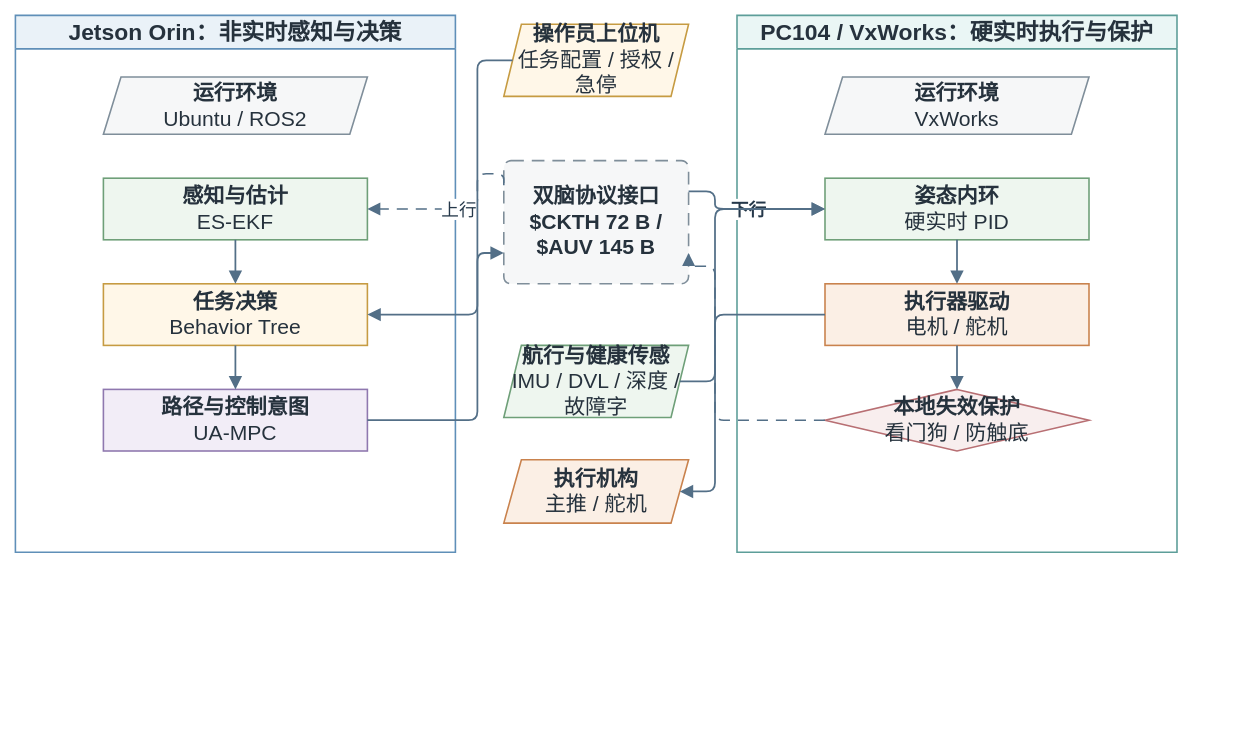
This is thesis/figures/architecture/auv_v2_dual_brain_async_hardware.drawio from 360ZMEM/AUV-Master-Mag, a draw.io file, before an edit. Source tidied: cells renumbered, new cells numbered last; positions are measured from the earlier drawing's top-left corner, leaving out a move shared by most shapes. Both pictures are drawn from the tidied source at 88%, with x=0, y=0 at pixel (15, 15).
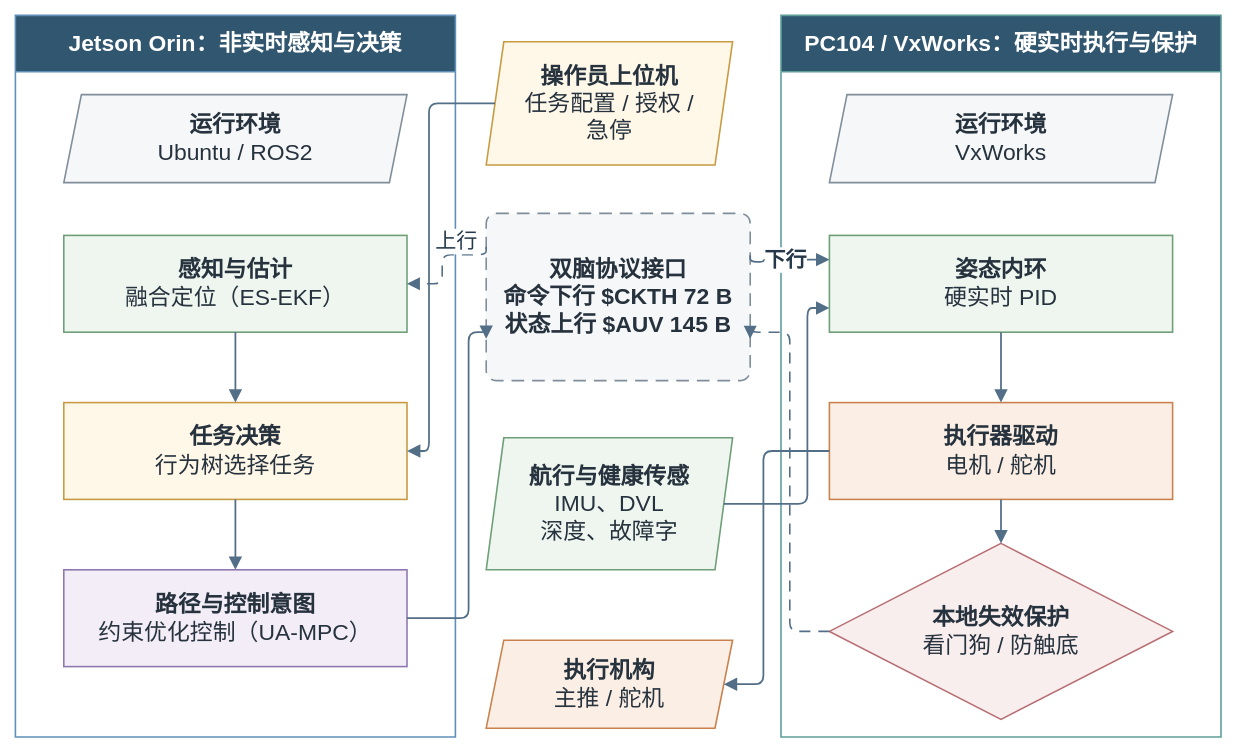
The same page after the edit.

What changed in the source:
```diff
@@
-    <mxCell id="2" value="Jetson Orin：非实时感知与决策" style="swimlane;whiteSpace=wrap;html=1;startSize=38;rounded=0;fillColor=#EAF2F8;strokeColor=#5F8FB8;strokeWidth=1.8;fontFamily=Songti SC;fontSize=26;fontStyle=1;fontColor=#26323D;" parent="1" vertex="1">
-      <mxGeometry width="500" height="610" as="geometry" />
+    <mxCell id="2" value="Jetson Orin：非实时感知与决策" style="swimlane;whiteSpace=wrap;html=1;startSize=64;rounded=0;fillColor=#31566F;swimlaneFillColor=#FFFFFF;strokeColor=#5F8FB8;strokeWidth=1.8;fontFamily=Songti SC;fontSize=26;fontStyle=1;fontColor=#FFFFFF;" parent="1" vertex="1">
+      <mxGeometry width="500" height="820" as="geometry" />
     </mxCell>
-    <mxCell id="3" value="PC104 / VxWorks：硬实时执行与保护" style="swimlane;whiteSpace=wrap;html=1;startSize=38;rounded=0;fillColor=#EAF6F5;strokeColor=#5D9E99;strokeWidth=1.8;fontFamily=Songti SC;fontSize=26;fontStyle=1;fontColor=#26323D;" parent="1" vertex="1">
-      <mxGeometry x="820" width="500" height="610" as="geometry" />
+    <mxCell id="3" value="PC104 / VxWorks：硬实时执行与保护" style="swimlane;whiteSpace=wrap;html=1;startSize=64;rounded=0;fillColor=#31566F;swimlaneFillColor=#FFFFFF;strokeColor=#5D9E99;strokeWidth=1.8;fontFamily=Songti SC;fontSize=26;fontStyle=1;fontColor=#FFFFFF;" parent="1" vertex="1">
+      <mxGeometry x="870" width="500" height="820" as="geometry" />
     </mxCell>
-    <mxCell id="4" value="&lt;b&gt;操作员上位机&lt;/b&gt;&lt;br&gt;任务配置 / 授权 / 急停" style="shape=parallelogram;perimeter=parallelogramPerimeter;fixedSize=1;whiteSpace=wrap;html=1;align=center;verticalAlign=middle;fillColor=#FFF7E8;strokeColor=#C69B42;strokeWidth=1.8;spacing=8;fontFamily=Songti SC;fontSize=24;fontColor=#26323D;" parent="1" vertex="1">
-      <mxGeometry x="555" y="10" width="210" height="82" as="geometry" />
+    <mxCell id="4" value="&lt;b&gt;操作员上位机&lt;/b&gt;&lt;br&gt;任务配置 / 授权 / 急停" style="shape=parallelogram;perimeter=parallelogramPerimeter;fixedSize=1;whiteSpace=wrap;html=1;align=center;verticalAlign=middle;fillColor=#FFF7E8;strokeColor=#C69B42;strokeWidth=1.8;spacing=8;fontFamily=Songti SC;fontSize=24;fontColor=#26323D;fontSize=26;spacingLeft=28;spacingRight=28;" parent="1" vertex="1">
+      <mxGeometry x="535" y="30" width="280" height="140" as="geometry" />
     </mxCell>
-    <mxCell id="5" value="&lt;b&gt;双脑协议接口&lt;/b&gt;&lt;br&gt;$CKTH 72 B / $AUV 145 B" style="rounded=1;arcSize=6;whiteSpace=wrap;html=1;align=center;verticalAlign=middle;fillColor=#F6F7F8;strokeColor=#7F8E9A;strokeWidth=1.8;spacing=8;fontFamily=Songti SC;fontSize=24;fontColor=#26323D;dashed=1;dashPattern=8 5;fontStyle=1;" parent="1" vertex="1">
-      <mxGeometry x="555" y="165" width="210" height="140" as="geometry" />
+    <mxCell id="5" value="&lt;b&gt;双脑协议接口&lt;/b&gt;&lt;br&gt;命令下行 $CKTH 72 B&lt;br&gt;状态上行 $AUV 145 B" style="rounded=1;arcSize=6;whiteSpace=wrap;html=1;align=center;verticalAlign=middle;fillColor=#F6F7F8;strokeColor=#7F8E9A;strokeWidth=1.8;spacing=8;fontFamily=Songti SC;fontSize=24;fontColor=#26323D;fontSize=26;dashed=1;dashPattern=8 5;fontStyle=1;" parent="1" vertex="1">
+      <mxGeometry x="535" y="225" width="300" height="190" as="geometry" />
     </mxCell>
-    <mxCell id="6" value="&lt;b&gt;航行与健康传感&lt;/b&gt;&lt;br&gt;IMU / DVL / 深度 / 故障字" style="shape=parallelogram;perimeter=parallelogramPerimeter;fixedSize=1;whiteSpace=wrap;html=1;align=center;verticalAlign=middle;fillColor=#EEF6EF;strokeColor=#6E9F78;strokeWidth=1.8;spacing=8;fontFamily=Songti SC;fontSize=24;fontColor=#26323D;" parent="1" vertex="1">
-      <mxGeometry x="555" y="375" width="210" height="82" as="geometry" />
+    <mxCell id="6" value="&lt;b&gt;航行与健康传感&lt;/b&gt;&lt;br&gt;IMU、DVL&lt;br&gt;深度、故障字" style="shape=parallelogram;perimeter=parallelogramPerimeter;fixedSize=1;whiteSpace=wrap;html=1;align=center;verticalAlign=middle;fillColor=#EEF6EF;strokeColor=#6E9F78;strokeWidth=1.8;spacing=8;fontFamily=Songti SC;fontSize=24;fontColor=#26323D;fontSize=26;spacingLeft=28;spacingRight=28;" parent="1" vertex="1">
+      <mxGeometry x="535" y="480" width="280" height="150" as="geometry" />
     </mxCell>
-    <mxCell id="7" value="&lt;b&gt;执行机构&lt;/b&gt;&lt;br&gt;主推 / 舵机" style="shape=parallelogram;perimeter=parallelogramPerimeter;fixedSize=1;whiteSpace=wrap;html=1;align=center;verticalAlign=middle;fillColor=#FBEFE5;strokeColor=#C9824D;strokeWidth=1.8;spacing=8;fontFamily=Songti SC;fontSize=24;fontColor=#26323D;" parent="1" vertex="1">
-      <mxGeometry x="555" y="505" width="210" height="72" as="geometry" />
+    <mxCell id="7" value="&lt;b&gt;执行机构&lt;/b&gt;&lt;br&gt;主推 / 舵机" style="shape=parallelogram;perimeter=parallelogramPerimeter;fixedSize=1;whiteSpace=wrap;html=1;align=center;verticalAlign=middle;fillColor=#FBEFE5;strokeColor=#C9824D;strokeWidth=1.8;spacing=8;fontFamily=Songti SC;fontSize=24;fontColor=#26323D;fontSize=26;" parent="1" vertex="1">
+      <mxGeometry x="535" y="710" width="280" height="100" as="geometry" />
     </mxCell>
-    <mxCell id="8" value="&lt;b&gt;运行环境&lt;/b&gt;&lt;br&gt;Ubuntu / ROS2" style="shape=parallelogram;perimeter=parallelogramPerimeter;fixedSize=1;whiteSpace=wrap;html=1;align=center;verticalAlign=middle;fillColor=#F6F7F8;strokeColor=#7F8E9A;strokeWidth=1.8;spacing=8;fontFamily=Songti SC;fontSize=24;fontColor=#26323D;" parent="2" vertex="1">
-      <mxGeometry x="100" y="70" width="300" height="65" as="geometry" />
+    <mxCell id="8" value="&lt;b&gt;运行环境&lt;/b&gt;&lt;br&gt;Ubuntu / ROS2" style="shape=parallelogram;perimeter=parallelogramPerimeter;fixedSize=1;whiteSpace=wrap;html=1;align=center;verticalAlign=middle;fillColor=#F6F7F8;strokeColor=#7F8E9A;strokeWidth=1.8;spacing=8;fontFamily=Songti SC;fontSize=24;fontColor=#26323D;fontSize=26;" parent="2" vertex="1">
+      <mxGeometry x="55" y="90" width="390" height="100" as="geometry" />
     </mxCell>
-    <mxCell id="9" value="&lt;b&gt;感知与估计&lt;/b&gt;&lt;br&gt;ES-EKF" style="rounded=0;whiteSpace=wrap;html=1;align=center;verticalAlign=middle;fillColor=#EEF6EF;strokeColor=#6E9F78;strokeWidth=1.8;spacing=8;fontFamily=Songti SC;fontSize=24;fontColor=#26323D;" parent="2" vertex="1">
-      <mxGeometry x="100" y="185" width="300" height="70" as="geometry" />
+    <mxCell id="9" value="&lt;b&gt;感知与估计&lt;/b&gt;&lt;br&gt;融合定位（ES-EKF）" style="rounded=0;whiteSpace=wrap;html=1;align=center;verticalAlign=middle;fillColor=#EEF6EF;strokeColor=#6E9F78;strokeWidth=1.8;spacing=8;fontFamily=Songti SC;fontSize=24;fontColor=#26323D;fontSize=26;" parent="2" vertex="1">
+      <mxGeometry x="55" y="250" width="390" height="110" as="geometry" />
     </mxCell>
-    <mxCell id="10" value="&lt;b&gt;任务决策&lt;/b&gt;&lt;br&gt;Behavior Tree" style="rounded=0;whiteSpace=wrap;html=1;align=center;verticalAlign=middle;fillColor=#FFF7E8;strokeColor=#C69B42;strokeWidth=1.8;spacing=8;fontFamily=Songti SC;fontSize=24;fontColor=#26323D;" parent="2" vertex="1">
-      <mxGeometry x="100" y="305" width="300" height="70" as="geometry" />
+    <mxCell id="10" value="&lt;b&gt;任务决策&lt;/b&gt;&lt;br&gt;行为树选择任务" style="rounded=0;whiteSpace=wrap;html=1;align=center;verticalAlign=middle;fillColor=#FFF7E8;strokeColor=#C69B42;strokeWidth=1.8;spacing=8;fontFamily=Songti SC;fontSize=24;fontColor=#26323D;fontSize=26;" parent="2" vertex="1">
+      <mxGeometry x="55" y="440" width="390" height="110" as="geometry" />
     </mxCell>
-    <mxCell id="11" value="&lt;b&gt;路径与控制意图&lt;/b&gt;&lt;br&gt;UA-MPC" style="rounded=0;whiteSpace=wrap;html=1;align=center;verticalAlign=middle;fillColor=#F2EDF7;strokeColor=#8F78AF;strokeWidth=1.8;spacing=8;fontFamily=Songti SC;fontSize=24;fontColor=#26323D;" parent="2" vertex="1">
-      <mxGeometry x="100" y="425" width="300" height="70" as="geometry" />
+    <mxCell id="11" value="&lt;b&gt;路径与控制意图&lt;/b&gt;&lt;br&gt;约束优化控制（UA-MPC）" style="rounded=0;whiteSpace=wrap;html=1;align=center;verticalAlign=middle;fillColor=#F2EDF7;strokeColor=#8F78AF;strokeWidth=1.8;spacing=8;fontFamily=Songti SC;fontSize=24;fontColor=#26323D;fontSize=26;" parent="2" vertex="1">
+      <mxGeometry x="55" y="630" width="390" height="110" as="geometry" />
     </mxCell>
-    <mxCell id="12" value="&lt;b&gt;运行环境&lt;/b&gt;&lt;br&gt;VxWorks" style="shape=parallelogram;perimeter=parallelogramPerimeter;fixedSize=1;whiteSpace=wrap;html=1;align=center;verticalAlign=middle;fillColor=#F6F7F8;strokeColor=#7F8E9A;strokeWidth=1.8;spacing=8;fontFamily=Songti SC;fontSize=24;fontColor=#26323D;" parent="3" vertex="1">
-      <mxGeometry x="100" y="70" width="300" height="65" as="geometry" />
+    <mxCell id="12" value="&lt;b&gt;运行环境&lt;/b&gt;&lt;br&gt;VxWorks" style="shape=parallelogram;perimeter=parallelogramPerimeter;fixedSize=1;whiteSpace=wrap;html=1;align=center;verticalAlign=middle;fillColor=#F6F7F8;strokeColor=#7F8E9A;strokeWidth=1.8;spacing=8;fontFamily=Songti SC;fontSize=24;fontColor=#26323D;fontSize=26;" parent="3" vertex="1">
+      <mxGeometry x="55" y="90" width="390" height="100" as="geometry" />
     </mxCell>
-    <mxCell id="13" value="&lt;b&gt;姿态内环&lt;/b&gt;&lt;br&gt;硬实时 PID" style="rounded=0;whiteSpace=wrap;html=1;align=center;verticalAlign=middle;fillColor=#EEF6EF;strokeColor=#6E9F78;strokeWidth=1.8;spacing=8;fontFamily=Songti SC;fontSize=24;fontColor=#26323D;" parent="3" vertex="1">
-      <mxGeometry x="100" y="185" width="300" height="70" as="geometry" />
+    <mxCell id="13" value="&lt;b&gt;姿态内环&lt;/b&gt;&lt;br&gt;硬实时 PID" style="rounded=0;whiteSpace=wrap;html=1;align=center;verticalAlign=middle;fillColor=#EEF6EF;strokeColor=#6E9F78;strokeWidth=1.8;spacing=8;fontFamily=Songti SC;fontSize=24;fontColor=#26323D;fontSize=26;" parent="3" vertex="1">
+      <mxGeometry x="55" y="250" width="390" height="110" as="geometry" />
     </mxCell>
-    <mxCell id="14" value="&lt;b&gt;执行器驱动&lt;/b&gt;&lt;br&gt;电机 / 舵机" style="rounded=0;whiteSpace=wrap;html=1;align=center;verticalAlign=middle;fillColor=#FBEFE5;strokeColor=#C9824D;strokeWidth=1.8;spacing=8;fontFamily=Songti SC;fontSize=24;fontColor=#26323D;" parent="3" vertex="1">
-      <mxGeometry x="100" y="305" width="300" height="70" as="geometry" />
+    <mxCell id="14" value="&lt;b&gt;执行器驱动&lt;/b&gt;&lt;br&gt;电机 / 舵机" style="rounded=0;whiteSpace=wrap;html=1;align=center;verticalAlign=middle;fillColor=#FBEFE5;strokeColor=#C9824D;strokeWidth=1.8;spacing=8;fontFamily=Songti SC;fontSize=24;fontColor=#26323D;fontSize=26;" parent="3" vertex="1">
+      <mxGeometry x="55" y="440" width="390" height="110" as="geometry" />
     </mxCell>
-    <mxCell id="15" value="&lt;b&gt;本地失效保护&lt;/b&gt;&lt;br&gt;看门狗 / 防触底" style="rhombus;whiteSpace=wrap;html=1;align=center;verticalAlign=middle;fillColor=#F8EEEE;strokeColor=#B86F73;strokeWidth=1.8;spacing=8;fontFamily=Songti SC;fontSize=24;fontColor=#26323D;" parent="3" vertex="1">
-      <mxGeometry x="100" y="425" width="300" height="70" as="geometry" />
+    <mxCell id="15" value="&lt;b&gt;本地失效保护&lt;/b&gt;&lt;br&gt;看门狗 / 防触底" style="rhombus;whiteSpace=wrap;html=1;align=center;verticalAlign=middle;fillColor=#F8EEEE;strokeColor=#B86F73;strokeWidth=1.8;spacing=8;fontFamily=Songti SC;fontSize=24;fontColor=#26323D;fontSize=26;" parent="3" vertex="1">
+      <mxGeometry x="55" y="600" width="390" height="200" as="geometry" />
     </mxCell>
@@
-    <mxCell id="20" style="edgeStyle=orthogonalEdgeStyle;rounded=1;jettySize=auto;html=1;strokeColor=#536F87;strokeWidth=2.0;fontFamily=Songti SC;fontSize=20;fontStyle=1;fontColor=#25384A;labelBackgroundColor=#FFFFFF;labelBorderColor=none;endArrow=block;endFill=1;endSize=10;exitX=1;entryX=0;entryY=0.75;" parent="1" edge="1" source="11" target="5">
+    <mxCell id="20" style="edgeStyle=orthogonalEdgeStyle;rounded=1;jettySize=auto;html=1;strokeColor=#536F87;strokeWidth=2.0;fontFamily=Songti SC;fontSize=20;fontStyle=1;fontColor=#25384A;labelBackgroundColor=#FFFFFF;labelBorderColor=none;endArrow=block;endFill=1;endSize=10;exitX=1;exitY=0.5;entryX=0;entryY=0.75;" parent="1" edge="1" source="11" target="5">
       <mxGeometry relative="1" as="geometry">
         <Array as="points">
-          <mxPoint x="525" y="460" />
-          <mxPoint x="525" y="270" />
+          <mxPoint x="515" y="685" />
+          <mxPoint x="515" y="360" />
         </Array>
       </mxGeometry>
     </mxCell>
-    <mxCell id="21" value="下行" style="edgeStyle=orthogonalEdgeStyle;rounded=1;jettySize=auto;html=1;strokeColor=#536F87;strokeWidth=2.0;fontFamily=Songti SC;fontSize=20;fontStyle=1;fontColor=#25384A;labelBackgroundColor=#FFFFFF;labelBorderColor=none;endArrow=block;endFill=1;endSize=10;exitX=1;exitY=0.25;entryX=0;" parent="1" edge="1" source="5" target="13">
+    <mxCell id="21" value="下行" style="edgeStyle=orthogonalEdgeStyle;rounded=1;jettySize=auto;html=1;strokeColor=#536F87;strokeWidth=2.0;fontFamily=Songti SC;fontSize=20;fontStyle=1;fontColor=#25384A;labelBackgroundColor=#FFFFFF;labelBorderColor=none;endArrow=block;endFill=1;endSize=10;fontSize=24;exitX=1;exitY=0.25;entryX=0;entryY=0.25;" parent="1" edge="1" source="5" target="13">
       <mxGeometry relative="1" as="geometry">
         <Array as="points">
-          <mxPoint x="795" y="200" />
+          <mxPoint x="850" y="280" />
         </Array>
       </mxGeometry>
     </mxCell>
-    <mxCell id="22" style="edgeStyle=orthogonalEdgeStyle;rounded=1;jettySize=auto;html=1;strokeColor=#536F87;strokeWidth=1.8;fontFamily=Songti SC;fontSize=20;fontColor=#25384A;labelBackgroundColor=#FFFFFF;labelBorderColor=none;endArrow=block;endFill=1;endSize=10;dashed=1;dashPattern=7 5;exitX=0;entryX=1;entryY=0.75;" parent="1" edge="1" source="15" target="5">
+    <mxCell id="22" style="edgeStyle=orthogonalEdgeStyle;rounded=1;jettySize=auto;html=1;strokeColor=#536F87;strokeWidth=1.8;fontFamily=Songti SC;fontSize=20;fontColor=#25384A;labelBackgroundColor=#FFFFFF;labelBorderColor=none;endArrow=block;endFill=1;endSize=10;dashed=1;dashPattern=7 5;exitX=0;exitY=0.5;entryX=1;entryY=0.75;" parent="1" edge="1" source="15" target="5">
       <mxGeometry relative="1" as="geometry">
         <Array as="points">
-          <mxPoint x="795" y="460" />
-          <mxPoint x="795" y="285" />
+          <mxPoint x="880" y="700" />
+          <mxPoint x="880" y="360" />
         </Array>
       </mxGeometry>
     </mxCell>
-    <mxCell id="23" value="上行" style="edgeStyle=orthogonalEdgeStyle;rounded=1;jettySize=auto;html=1;strokeColor=#536F87;strokeWidth=1.8;fontFamily=Songti SC;fontSize=20;fontColor=#25384A;labelBackgroundColor=#FFFFFF;labelBorderColor=none;endArrow=block;endFill=1;endSize=10;dashed=1;dashPattern=7 5;exitX=0;exitY=0.2;entryX=1;" parent="1" edge="1" source="5" target="9">
-      <mxGeometry relative="1" as="geometry">
+    <mxCell id="23" value="上行" style="edgeStyle=orthogonalEdgeStyle;rounded=1;jettySize=auto;html=1;strokeColor=#536F87;strokeWidth=1.8;fontFamily=Songti SC;fontSize=20;fontColor=#25384A;labelBackgroundColor=#FFFFFF;labelBorderColor=none;endArrow=block;endFill=1;endSize=10;dashed=1;dashPattern=7 5;fontSize=24;exitX=0;exitY=0.2;entryX=1;entryY=0.5;" parent="1" edge="1" source="5" target="9">
+      <mxGeometry x="-0.35" y="-15" relative="1" as="geometry">
         <Array as="points">
-          <mxPoint x="525" y="180" />
+          <mxPoint x="485" y="272" />
+          <mxPoint x="485" y="305" />
         </Array>
       </mxGeometry>
     </mxCell>
-    <mxCell id="24" style="edgeStyle=orthogonalEdgeStyle;rounded=1;jettySize=auto;html=1;strokeColor=#536F87;strokeWidth=2.0;fontFamily=Songti SC;fontSize=20;fontStyle=1;fontColor=#25384A;labelBackgroundColor=#FFFFFF;labelBorderColor=none;endArrow=block;endFill=1;endSize=10;exitX=0;entryX=1;" parent="1" edge="1" source="4" target="10">
+    <mxCell id="24" style="edgeStyle=orthogonalEdgeStyle;rounded=1;jettySize=auto;html=1;strokeColor=#536F87;strokeWidth=2.0;fontFamily=Songti SC;fontSize=20;fontStyle=1;fontColor=#25384A;labelBackgroundColor=#FFFFFF;labelBorderColor=none;endArrow=block;endFill=1;endSize=10;exitX=0;exitY=0.5;entryX=1;entryY=0.5;" parent="1" edge="1" source="4" target="10">
       <mxGeometry relative="1" as="geometry">
         <Array as="points">
-          <mxPoint x="525" y="51" />
-          <mxPoint x="525" y="340" />
+          <mxPoint x="470" y="100" />
+          <mxPoint x="470" y="495" />
         </Array>
       </mxGeometry>
     </mxCell>
-    <mxCell id="25" style="edgeStyle=orthogonalEdgeStyle;rounded=1;jettySize=auto;html=1;strokeColor=#536F87;strokeWidth=2.0;fontFamily=Songti SC;fontSize=20;fontStyle=1;fontColor=#25384A;labelBackgroundColor=#FFFFFF;labelBorderColor=none;endArrow=block;endFill=1;endSize=10;exitX=1;entryX=0;" parent="1" edge="1" source="6" target="13">
+    <mxCell id="25" style="edgeStyle=orthogonalEdgeStyle;rounded=1;jettySize=auto;html=1;strokeColor=#536F87;strokeWidth=2.0;fontFamily=Songti SC;fontSize=20;fontStyle=1;fontColor=#25384A;labelBackgroundColor=#FFFFFF;labelBorderColor=none;endArrow=block;endFill=1;endSize=10;exitX=1;exitY=0.5;entryX=0;entryY=0.75;" parent="1" edge="1" source="6" target="13">
       <mxGeometry relative="1" as="geometry">
         <Array as="points">
-          <mxPoint x="795" y="416" />
-          <mxPoint x="795" y="220" />
+          <mxPoint x="900" y="555" />
+          <mxPoint x="900" y="332.5" />
         </Array>
       </mxGeometry>
     </mxCell>
-    <mxCell id="26" style="edgeStyle=orthogonalEdgeStyle;rounded=1;jettySize=auto;html=1;strokeColor=#536F87;strokeWidth=2.0;fontFamily=Songti SC;fontSize=20;fontStyle=1;fontColor=#25384A;labelBackgroundColor=#FFFFFF;labelBorderColor=none;endArrow=block;endFill=1;endSize=10;exitX=0;entryX=1;" parent="1" edge="1" source="14" target="7">
+    <mxCell id="26" style="edgeStyle=orthogonalEdgeStyle;rounded=1;jettySize=auto;html=1;strokeColor=#536F87;strokeWidth=2.0;fontFamily=Songti SC;fontSize=20;fontStyle=1;fontColor=#25384A;labelBackgroundColor=#FFFFFF;labelBorderColor=none;endArrow=block;endFill=1;endSize=10;exitX=0;exitY=0.5;entryX=1;entryY=0.5;" parent="1" edge="1" source="14" target="7">
       <mxGeometry relative="1" as="geometry">
         <Array as="points">
-          <mxPoint x="795" y="340" />
-          <mxPoint x="795" y="541" />
+          <mxPoint x="850" y="495" />
+          <mxPoint x="850" y="760" />
         </Array>
       </mxGeometry>
     </mxCell>
```
